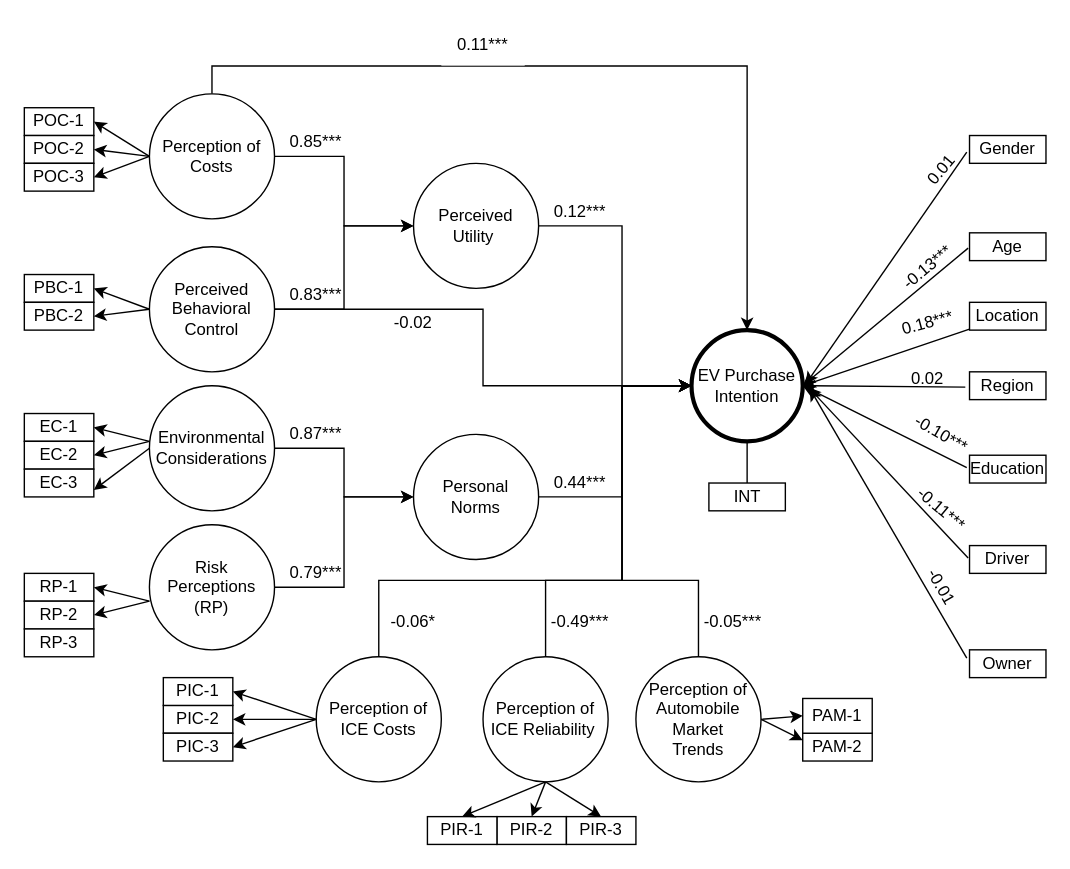
The draw.io diagram final_path_diagram.drawio in ChullEPG/taxi-survey, before the edit. Source tidied: cells renumbered, new cells numbered last; positions are measured from the earlier drawing's top-left corner, leaving out a move shared by most shapes. Both pictures are drawn from the tidied source at 139%, with x=0, y=0 at pixel (24, 24).
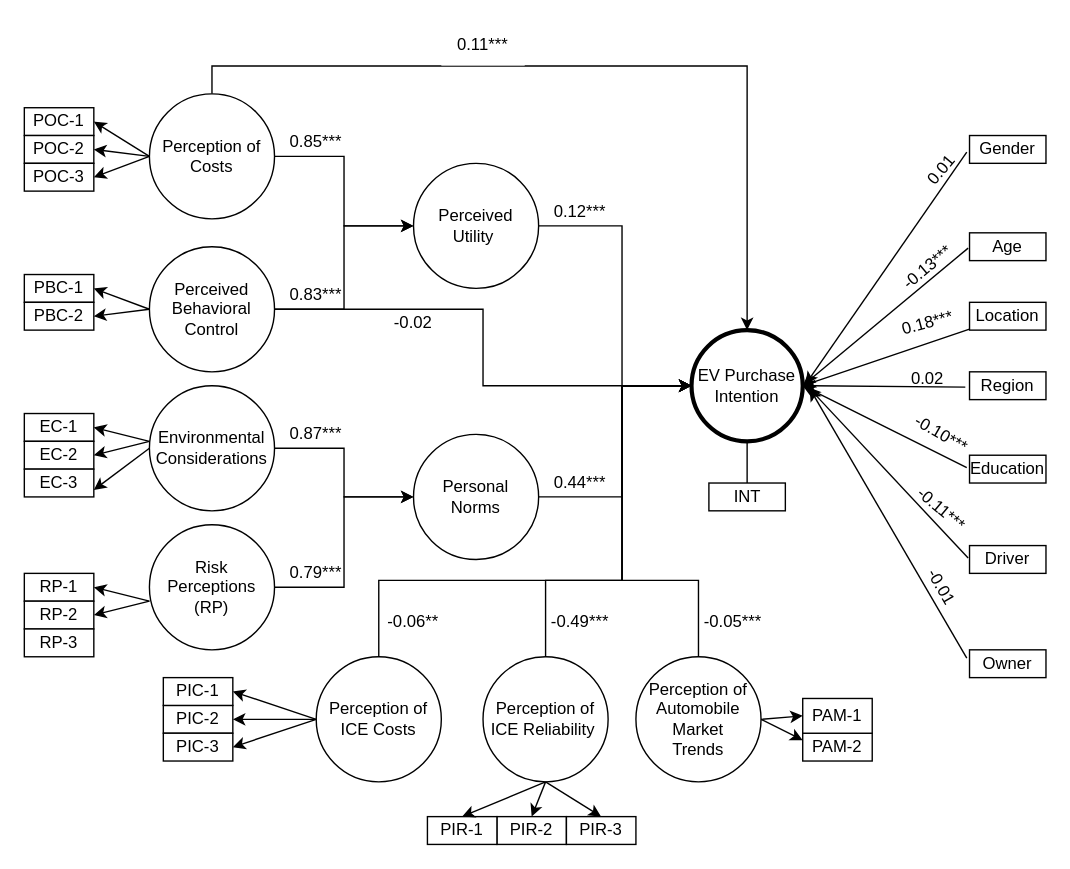
The same page after the edit.

The edit, as a diff of the source:
```diff
@@
-    <mxCell id="70" value="-0.06*" style="text;strokeColor=none;align=center;fillColor=none;html=1;verticalAlign=middle;whiteSpace=wrap;rounded=0;" parent="1" vertex="1">
+    <mxCell id="70" value="-0.06**" style="text;strokeColor=none;align=center;fillColor=none;html=1;verticalAlign=middle;whiteSpace=wrap;rounded=0;" parent="1" vertex="1">
       <mxGeometry x="250" y="415" width="60" height="30" as="geometry" />
     </mxCell>
```
